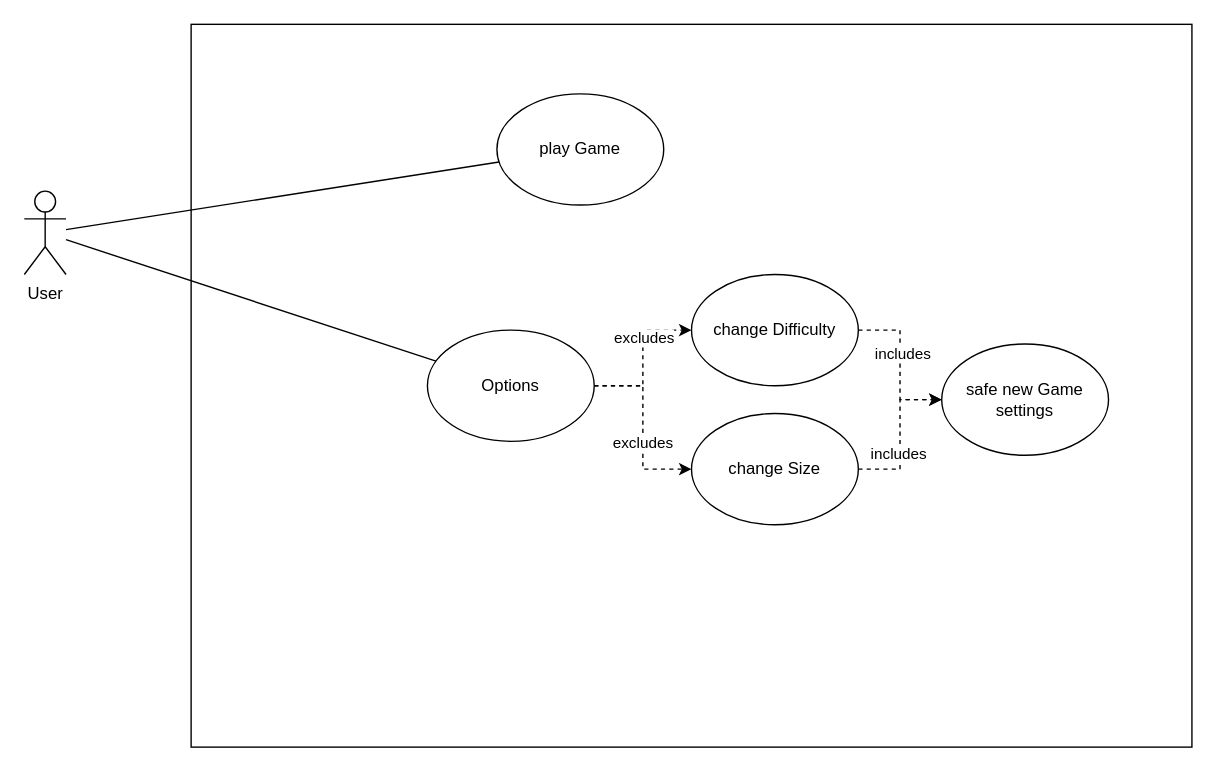
The draw.io diagram uml/UseCase_SudokuKing.drawio in SevenChords/MobAppDev_SS22, before the edit. Source tidied: cells renumbered, new cells numbered last; positions are measured from the earlier drawing's top-left corner, leaving out a move shared by most shapes. Both pictures are drawn from the tidied source at 139%, with x=0, y=0 at pixel (24, 24).
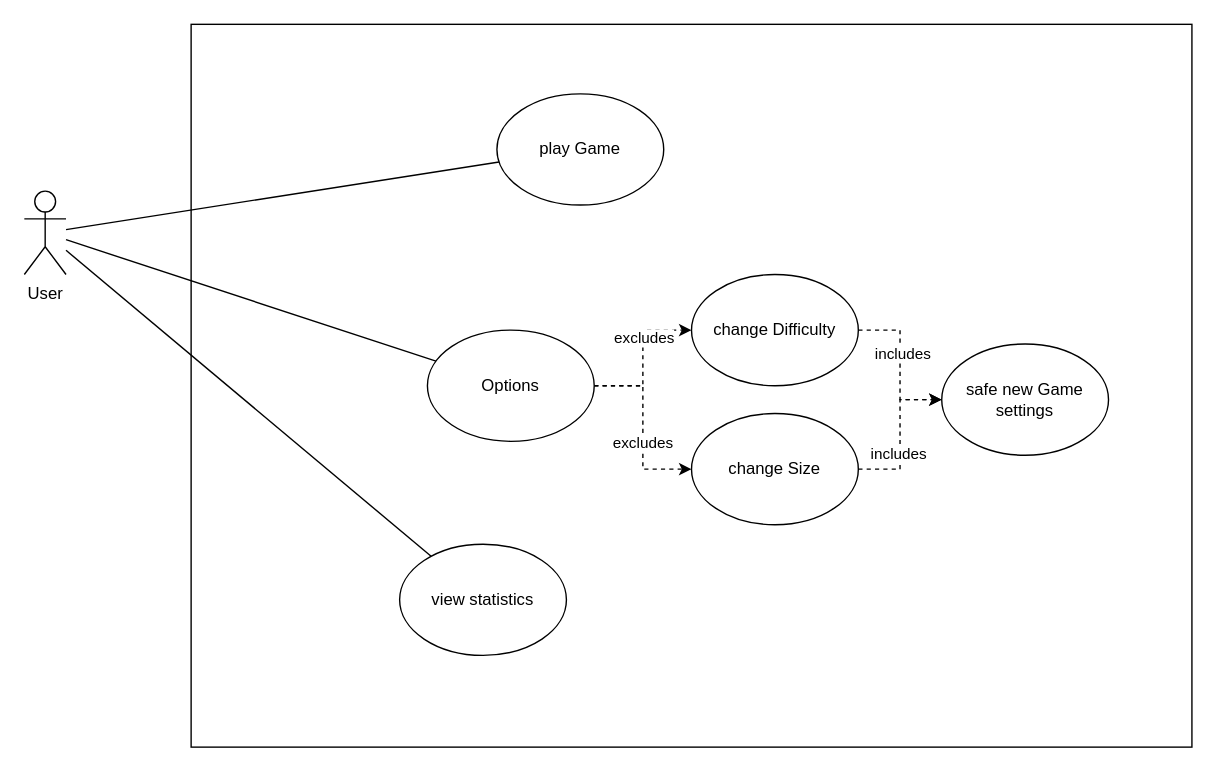
The same diagram, later.

Unchanged cells that the change refers to:
```xml
<mxCell id="3" value="User" style="shape=umlActor;verticalLabelPosition=bottom;verticalAlign=top;html=1;outlineConnect=0;" parent="1" vertex="1">
  <mxGeometry y="120" width="30" height="60" as="geometry" />
</mxCell>
```

Diff of the diagram source:
```diff
@@
+    <mxCell id="19" value="view statistics" style="ellipse;whiteSpace=wrap;html=1;" parent="1" vertex="1">
+      <mxGeometry x="270" y="374" width="120" height="80" as="geometry" />
+    </mxCell>
+    <mxCell id="20" style="endArrow=none;html=1;" parent="1" edge="1" source="3" target="19">
+      <mxGeometry relative="1" as="geometry" />
+    </mxCell>
```
